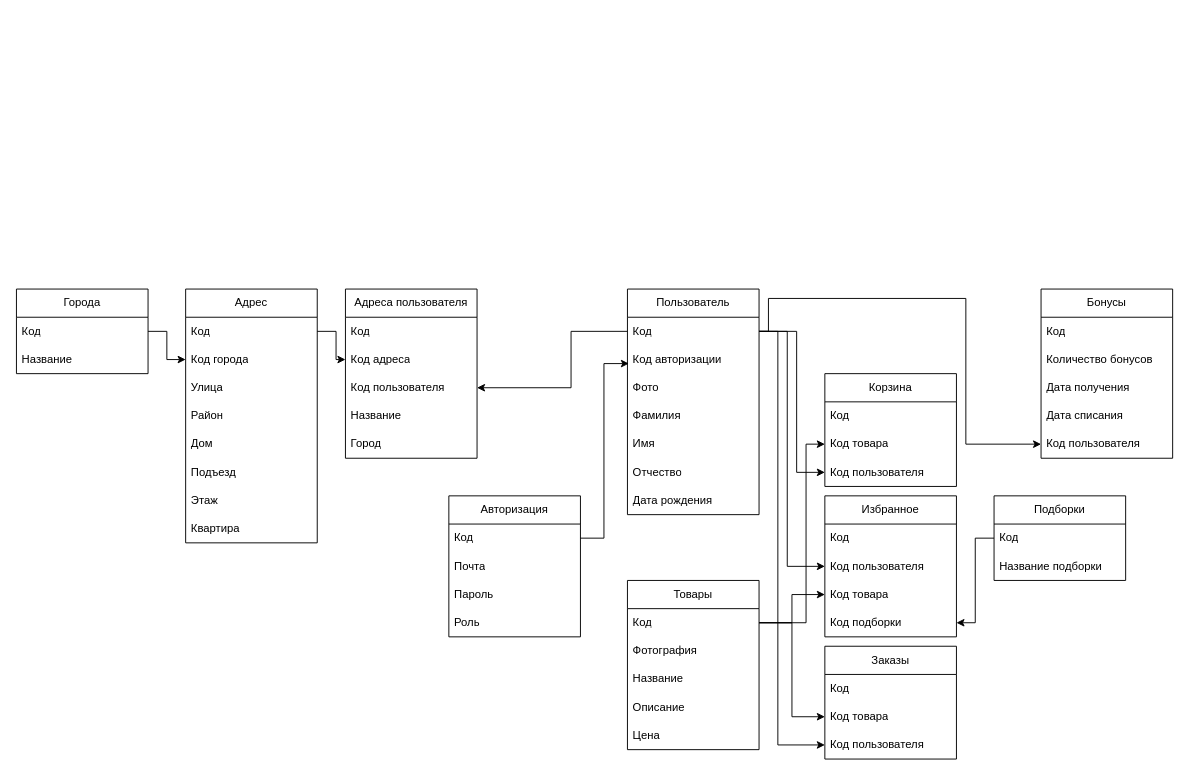
The draw.io diagram Documents/SchemaBD.drawio in Anasikus/FlowersLife, before the edit. Source tidied: cells renumbered, new cells numbered last; positions are measured from the earlier drawing's top-left corner, leaving out a move shared by most shapes. Both pictures are drawn from the tidied source at 94%, with x=0, y=0 at pixel (16, 289).
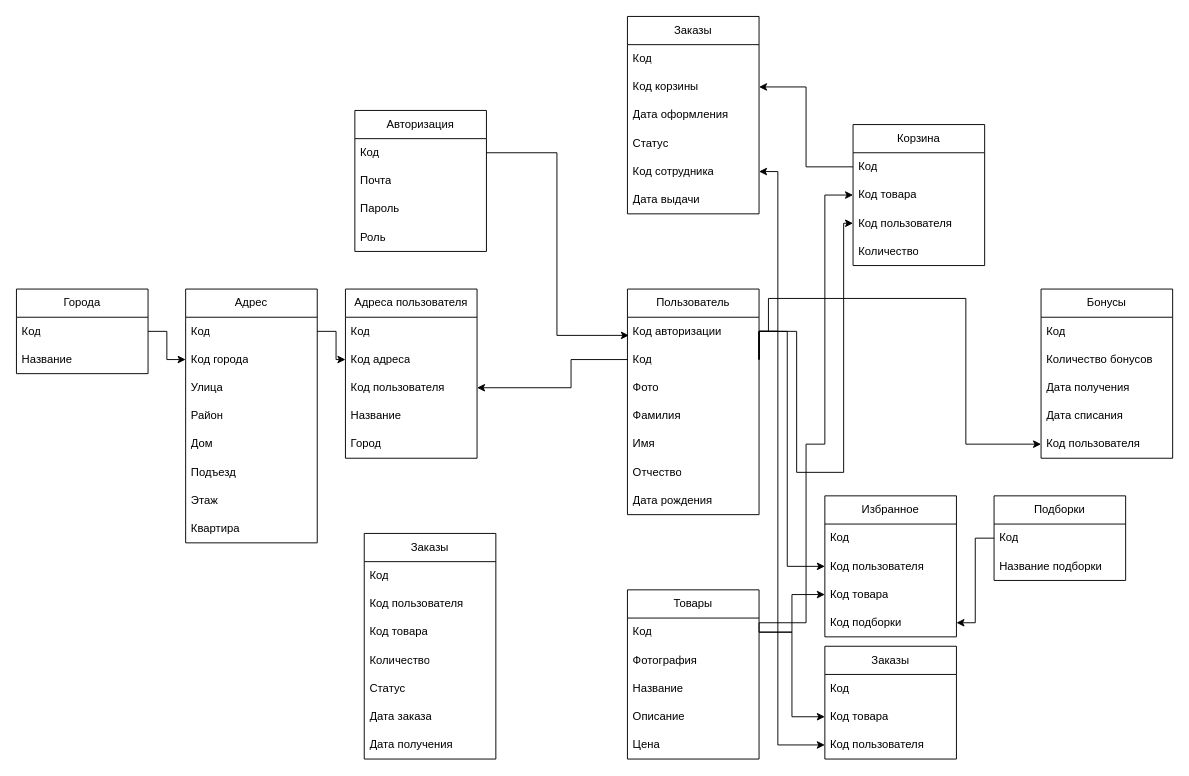
Above is the later version.

The change refers to these unchanged cells:
```xml
<mxCell id="3" value="Код" style="text;strokeColor=none;fillColor=none;align=left;verticalAlign=middle;spacingLeft=4;spacingRight=4;overflow=hidden;points=[[0,0.5],[1,0.5]];portConstraint=eastwest;whiteSpace=wrap;html=1;" parent="2" vertex="1">
  <mxGeometry y="30" width="140" height="30" as="geometry" />
</mxCell>
<mxCell id="7" value="Пользователь" style="swimlane;fontStyle=0;horizontal=1;startSize=30;whiteSpace=wrap;html=1;" parent="1" vertex="1">
  <mxGeometry x="650" width="140" height="240" as="geometry" />
</mxCell>
<mxCell id="22" value="Код пользователя" style="text;strokeColor=none;fillColor=none;align=left;verticalAlign=middle;spacingLeft=4;spacingRight=4;overflow=hidden;points=[[0,0.5],[1,0.5]];portConstraint=eastwest;whiteSpace=wrap;html=1;" parent="19" vertex="1">
  <mxGeometry y="90" width="140" height="30" as="geometry" />
</mxCell>
<mxCell id="26" value="Код" style="text;strokeColor=none;fillColor=none;align=left;verticalAlign=middle;spacingLeft=4;spacingRight=4;overflow=hidden;points=[[0,0.5],[1,0.5]];portConstraint=eastwest;whiteSpace=wrap;html=1;" parent="25" vertex="1">
  <mxGeometry y="30" width="140" height="30" as="geometry" />
</mxCell>
<mxCell id="39" value="Код" style="text;strokeColor=none;fillColor=none;align=left;verticalAlign=middle;spacingLeft=4;spacingRight=4;overflow=hidden;points=[[0,0.5],[1,0.5]];portConstraint=eastwest;whiteSpace=wrap;html=1;" parent="38" vertex="1">
  <mxGeometry y="30" width="140" height="30" as="geometry" />
</mxCell>
<mxCell id="40" value="Код товара" style="text;strokeColor=none;fillColor=none;align=left;verticalAlign=middle;spacingLeft=4;spacingRight=4;overflow=hidden;points=[[0,0.5],[1,0.5]];portConstraint=eastwest;whiteSpace=wrap;html=1;" parent="38" vertex="1">
  <mxGeometry y="60" width="140" height="30" as="geometry" />
</mxCell>
<mxCell id="41" value="Код пользователя" style="text;strokeColor=none;fillColor=none;align=left;verticalAlign=middle;spacingLeft=4;spacingRight=4;overflow=hidden;points=[[0,0.5],[1,0.5]];portConstraint=eastwest;whiteSpace=wrap;html=1;" parent="38" vertex="1">
  <mxGeometry y="90" width="140" height="30" as="geometry" />
</mxCell>
```

The edit, as a diff of the source:
```diff
@@
     <mxCell id="2" value="Авторизация" style="swimlane;fontStyle=0;horizontal=1;startSize=30;whiteSpace=wrap;html=1;" parent="1" vertex="1">
-      <mxGeometry x="460" y="220" width="140" height="150" as="geometry" />
+      <mxGeometry x="360" y="-190" width="140" height="150" as="geometry" />
     </mxCell>
@@
+    <mxCell id="9" value="Код авторизации" style="text;strokeColor=none;fillColor=none;align=left;verticalAlign=middle;spacingLeft=4;spacingRight=4;overflow=hidden;points=[[0,0.5],[1,0.5]];portConstraint=eastwest;whiteSpace=wrap;html=1;" parent="7" vertex="1">
+      <mxGeometry y="30" width="140" height="30" as="geometry" />
+    </mxCell>
     <mxCell id="8" value="Код" style="text;strokeColor=none;fillColor=none;align=left;verticalAlign=middle;spacingLeft=4;spacingRight=4;overflow=hidden;points=[[0,0.5],[1,0.5]];portConstraint=eastwest;whiteSpace=wrap;html=1;" parent="7" vertex="1">
-      <mxGeometry y="30" width="140" height="30" as="geometry" />
+      <mxGeometry y="60" width="140" height="30" as="geometry" />
     </mxCell>
-    <mxCell id="9" value="Код авторизации" style="text;strokeColor=none;fillColor=none;align=left;verticalAlign=middle;spacingLeft=4;spacingRight=4;overflow=hidden;points=[[0,0.5],[1,0.5]];portConstraint=eastwest;whiteSpace=wrap;html=1;" parent="7" vertex="1">
-      <mxGeometry y="60" width="140" height="30" as="geometry" />
-    </mxCell>
@@
     <mxCell id="25" value="Товары" style="swimlane;fontStyle=0;horizontal=1;startSize=30;whiteSpace=wrap;html=1;" parent="1" vertex="1">
-      <mxGeometry x="650" y="310" width="140" height="180" as="geometry" />
+      <mxGeometry x="650" y="320" width="140" height="180" as="geometry" />
     </mxCell>
@@
     <mxCell id="31" style="edgeStyle=orthogonalEdgeStyle;rounded=0;jettySize=auto;html=1;exitX=1;exitY=0.5;exitDx=0;exitDy=0;entryX=0.011;entryY=0.643;entryDx=0;entryDy=0;entryPerimeter=0;" parent="1" edge="1" source="3" target="9">
-      <mxGeometry relative="1" as="geometry" />
+      <mxGeometry relative="1" as="geometry">
+        <Array as="points">
+          <mxPoint x="575" y="-145" />
+          <mxPoint x="575" y="49" />
+        </Array>
+      </mxGeometry>
     </mxCell>
@@
     <mxCell id="38" value="Корзина" style="swimlane;fontStyle=0;horizontal=1;startSize=30;whiteSpace=wrap;html=1;" parent="1" vertex="1">
-      <mxGeometry x="860" y="90" width="140" height="120" as="geometry" />
+      <mxGeometry x="890" y="-175" width="140" height="150" as="geometry" />
     </mxCell>
@@
+    <mxCell id="73" value="Количество" style="text;strokeColor=none;fillColor=none;align=left;verticalAlign=middle;spacingLeft=4;spacingRight=4;overflow=hidden;whiteSpace=wrap;html=1;" parent="38" vertex="1">
+      <mxGeometry y="120" width="140" height="30" as="geometry" />
+    </mxCell>
@@
     <mxCell id="43" style="edgeStyle=orthogonalEdgeStyle;rounded=0;jettySize=auto;html=1;exitX=1;exitY=0.5;exitDx=0;exitDy=0;entryX=0;entryY=0.5;entryDx=0;entryDy=0;" parent="1" edge="1" source="8" target="41">
       <mxGeometry relative="1" as="geometry">
         <Array as="points">
+          <mxPoint x="790" y="45" />
           <mxPoint x="830" y="45" />
           <mxPoint x="830" y="195" />
+          <mxPoint x="880" y="195" />
+          <mxPoint x="880" y="-70" />
         </Array>
       </mxGeometry>
     </mxCell>
@@
     <mxCell id="59" style="edgeStyle=orthogonalEdgeStyle;rounded=0;jettySize=auto;html=1;exitX=0;exitY=0.5;exitDx=0;exitDy=0;entryX=1;entryY=0.5;entryDx=0;entryDy=0;" parent="1" edge="1" source="8" target="22">
       <mxGeometry relative="1" as="geometry">
         <Array as="points">
-          <mxPoint x="590" y="45" />
+          <mxPoint x="590" y="75" />
           <mxPoint x="590" y="105" />
         </Array>
       </mxGeometry>
     </mxCell>
     <mxCell id="60" style="edgeStyle=orthogonalEdgeStyle;rounded=0;jettySize=auto;html=1;exitX=1;exitY=0.5;exitDx=0;exitDy=0;entryX=0;entryY=0.5;entryDx=0;entryDy=0;" parent="1" edge="1" source="26" target="40">
       <mxGeometry relative="1" as="geometry">
         <Array as="points">
+          <mxPoint x="790" y="355" />
           <mxPoint x="840" y="355" />
           <mxPoint x="840" y="165" />
+          <mxPoint x="860" y="165" />
+          <mxPoint x="860" y="-100" />
         </Array>
       </mxGeometry>
     </mxCell>
@@
+    <mxCell id="74" value="Заказы" style="swimlane;fontStyle=0;horizontal=1;startSize=30;whiteSpace=wrap;html=1;" parent="1" vertex="1">
+      <mxGeometry x="370" y="260" width="140" height="240" as="geometry" />
+    </mxCell>
+    <mxCell id="75" value="Код" style="text;strokeColor=none;fillColor=none;align=left;verticalAlign=middle;spacingLeft=4;spacingRight=4;overflow=hidden;whiteSpace=wrap;html=1;" parent="74" vertex="1">
+      <mxGeometry y="30" width="140" height="30" as="geometry" />
+    </mxCell>
+    <mxCell id="76" value="Код пользователя" style="text;strokeColor=none;fillColor=none;align=left;verticalAlign=middle;spacingLeft=4;spacingRight=4;overflow=hidden;whiteSpace=wrap;html=1;" parent="74" vertex="1">
+      <mxGeometry y="60" width="140" height="30" as="geometry" />
+    </mxCell>
+    <mxCell id="77" value="Код товара" style="text;strokeColor=none;fillColor=none;align=left;verticalAlign=middle;spacingLeft=4;spacingRight=4;overflow=hidden;whiteSpace=wrap;html=1;" parent="74" vertex="1">
+      <mxGeometry y="90" width="140" height="30" as="geometry" />
+    </mxCell>
+    <mxCell id="78" value="Количество" style="text;strokeColor=none;fillColor=none;align=left;verticalAlign=middle;spacingLeft=4;spacingRight=4;overflow=hidden;whiteSpace=wrap;html=1;" parent="74" vertex="1">
+      <mxGeometry y="120" width="140" height="30" as="geometry" />
+    </mxCell>
+    <mxCell id="79" value="Статус" style="text;strokeColor=none;fillColor=none;align=left;verticalAlign=middle;spacingLeft=4;spacingRight=4;overflow=hidden;whiteSpace=wrap;html=1;" parent="74" vertex="1">
+      <mxGeometry y="150" width="140" height="30" as="geometry" />
+    </mxCell>
+    <mxCell id="80" value="Дата заказа" style="text;strokeColor=none;fillColor=none;align=left;verticalAlign=middle;spacingLeft=4;spacingRight=4;overflow=hidden;whiteSpace=wrap;html=1;" parent="74" vertex="1">
+      <mxGeometry y="180" width="140" height="30" as="geometry" />
+    </mxCell>
+    <mxCell id="81" value="Дата получения" style="text;strokeColor=none;fillColor=none;align=left;verticalAlign=middle;spacingLeft=4;spacingRight=4;overflow=hidden;whiteSpace=wrap;html=1;" parent="74" vertex="1">
+      <mxGeometry y="210" width="140" height="30" as="geometry" />
+    </mxCell>
+    <mxCell id="82" value="Заказы" style="swimlane;fontStyle=0;horizontal=1;startSize=30;whiteSpace=wrap;html=1;" parent="1" vertex="1">
+      <mxGeometry x="650" y="-290" width="140" height="210" as="geometry" />
+    </mxCell>
+    <mxCell id="83" value="Код" style="text;strokeColor=none;fillColor=none;align=left;verticalAlign=middle;spacingLeft=4;spacingRight=4;overflow=hidden;whiteSpace=wrap;html=1;" parent="82" vertex="1">
+      <mxGeometry y="30" width="140" height="30" as="geometry" />
+    </mxCell>
+    <mxCell id="84" value="Код корзины" style="text;strokeColor=none;fillColor=none;align=left;verticalAlign=middle;spacingLeft=4;spacingRight=4;overflow=hidden;points=[[0,0.5],[1,0.5]];portConstraint=eastwest;whiteSpace=wrap;html=1;" parent="82" vertex="1">
+      <mxGeometry y="60" width="140" height="30" as="geometry" />
+    </mxCell>
+    <mxCell id="85" value="Дата оформления" style="text;strokeColor=none;fillColor=none;align=left;verticalAlign=middle;spacingLeft=4;spacingRight=4;overflow=hidden;whiteSpace=wrap;html=1;" parent="82" vertex="1">
+      <mxGeometry y="90" width="140" height="30" as="geometry" />
+    </mxCell>
+    <mxCell id="86" value="Статус" style="text;strokeColor=none;fillColor=none;align=left;verticalAlign=middle;spacingLeft=4;spacingRight=4;overflow=hidden;whiteSpace=wrap;html=1;" parent="82" vertex="1">
+      <mxGeometry y="120" width="140" height="30" as="geometry" />
+    </mxCell>
+    <mxCell id="87" value="Код сотрудника" style="text;strokeColor=none;fillColor=none;align=left;verticalAlign=middle;spacingLeft=4;spacingRight=4;overflow=hidden;points=[[0,0.5],[1,0.5]];portConstraint=eastwest;whiteSpace=wrap;html=1;" parent="82" vertex="1">
+      <mxGeometry y="150" width="140" height="30" as="geometry" />
+    </mxCell>
+    <mxCell id="88" value="Дата выдачи" style="text;strokeColor=none;fillColor=none;align=left;verticalAlign=middle;spacingLeft=4;spacingRight=4;overflow=hidden;whiteSpace=wrap;html=1;" parent="82" vertex="1">
+      <mxGeometry y="180" width="140" height="30" as="geometry" />
+    </mxCell>
+    <mxCell id="89" style="edgeStyle=orthogonalEdgeStyle;rounded=0;jettySize=auto;html=1;exitX=0;exitY=0.5;exitDx=0;exitDy=0;entryX=1;entryY=0.5;entryDx=0;entryDy=0;" parent="1" edge="1" source="39" target="84">
+      <mxGeometry relative="1" as="geometry" />
+    </mxCell>
+    <mxCell id="90" style="edgeStyle=orthogonalEdgeStyle;rounded=0;jettySize=auto;html=1;exitX=1;exitY=0.5;exitDx=0;exitDy=0;entryX=1;entryY=0.5;entryDx=0;entryDy=0;" parent="1" edge="1" source="9" target="87">
+      <mxGeometry relative="1" as="geometry" />
+    </mxCell>
```
